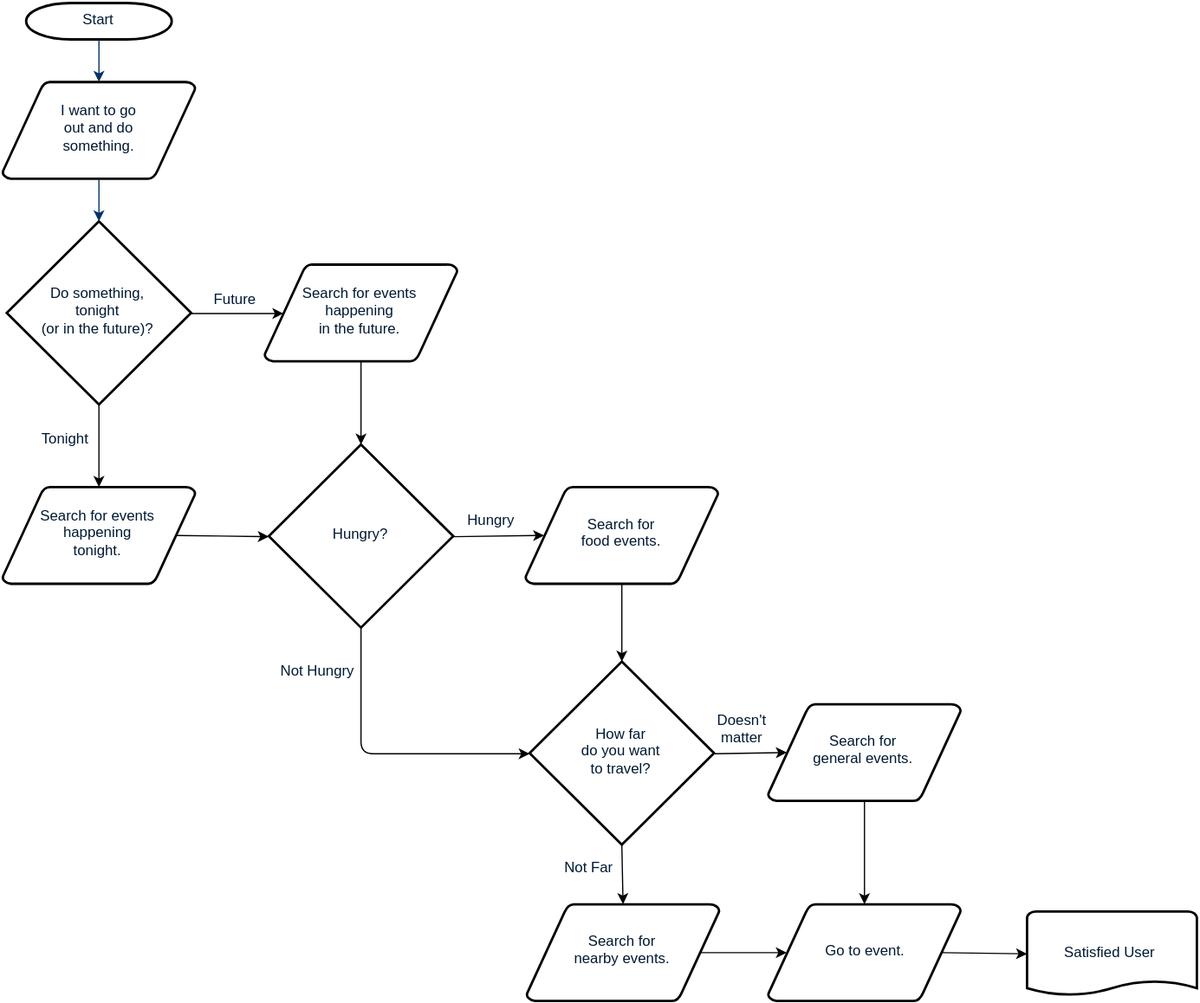
The draw.io diagram public_html/img/data-design-craigslist-events-use-case.svg in gwells4/data-design-craigslist-events, before a commit. Source tidied: cells renumbered, new cells last; positions are measured from the earlier drawing's top-left corner, leaving out a move shared by most shapes.
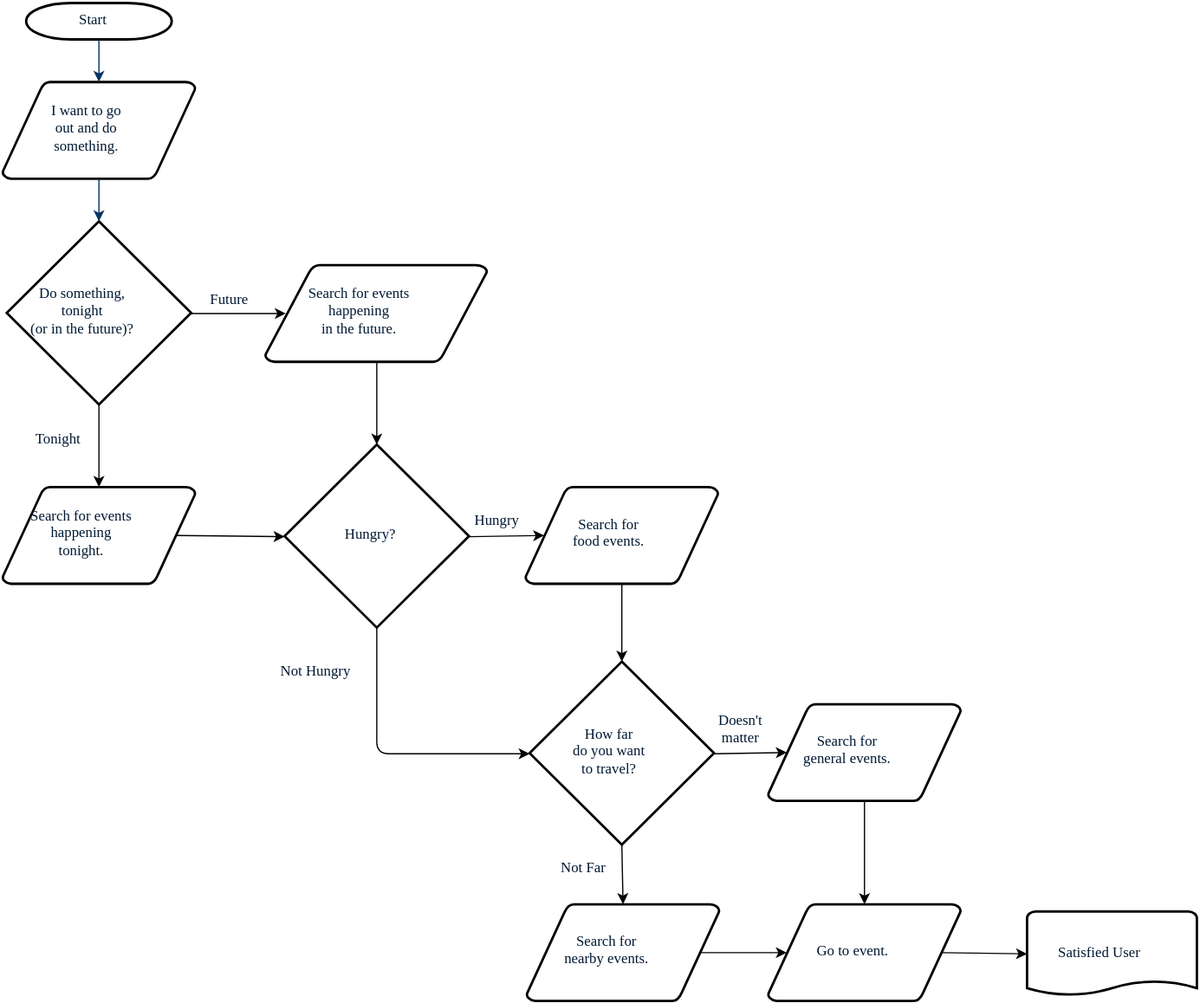
Later version of the same file.

Commit message:
Updated use case diagram.

The edit, as a diff of the source:
```diff
@@ -2,109 +2,109 @@
   <root>
     <mxCell id="0" style="html=1;" />
     <mxCell id="1" style="html=1;" parent="0" />
-    <mxCell id="2" value="Start" style="shape=mxgraph.flowchart.terminator;fillColor=#FFFFFF;strokeColor=#000000;strokeWidth=2;gradientColor=none;gradientDirection=north;fontColor=#001933;fontStyle=0;html=1;" parent="1" vertex="1">
+    <mxCell id="2" value="Start" style="shape=mxgraph.flowchart.terminator;fillColor=#FFFFFF;strokeColor=#000000;strokeWidth=2;gradientColor=none;gradientDirection=north;fontColor=#001933;fontStyle=0;html=1;fontFamily=Verdana;" parent="1" vertex="1">
       <mxGeometry x="19" width="120" height="30" as="geometry" />
     </mxCell>
-    <mxCell id="3" value="I want to go &lt;br&gt;out and do &lt;br&gt;something.&lt;br&gt;" style="shape=mxgraph.flowchart.data;fillColor=#FFFFFF;strokeColor=#000000;strokeWidth=2;gradientColor=none;gradientDirection=north;fontColor=#001933;fontStyle=0;html=1;" parent="1" vertex="1">
+    <mxCell id="3" value="I want to go &lt;br&gt;out and do &lt;br&gt;something.&lt;br&gt;" style="shape=mxgraph.flowchart.data;fillColor=#FFFFFF;strokeColor=#000000;strokeWidth=2;gradientColor=none;gradientDirection=north;fontColor=#001933;fontStyle=0;html=1;fontFamily=Verdana;" parent="1" vertex="1">
       <mxGeometry x="-0.5" y="65" width="159" height="80" as="geometry" />
     </mxCell>
-    <mxCell id="4" value="Search for events &lt;br&gt;happening &lt;br&gt;tonight.&lt;br&gt;" style="shape=mxgraph.flowchart.data;fillColor=#FFFFFF;strokeColor=#000000;strokeWidth=2;gradientColor=none;gradientDirection=north;fontColor=#001933;fontStyle=0;html=1;" parent="1" vertex="1">
+    <mxCell id="4" value="Search for events &lt;br&gt;happening &lt;br&gt;tonight.&lt;br&gt;" style="shape=mxgraph.flowchart.data;fillColor=#FFFFFF;strokeColor=#000000;strokeWidth=2;gradientColor=none;gradientDirection=north;fontColor=#001933;fontStyle=0;html=1;fontFamily=Verdana;" parent="1" vertex="1">
       <mxGeometry x="-0.5" y="399" width="159" height="80" as="geometry" />
     </mxCell>
-    <mxCell id="5" value="Do something, &lt;br&gt;tonight &lt;br&gt;(or in the future)?&lt;br&gt;" style="shape=mxgraph.flowchart.decision;fillColor=#FFFFFF;strokeColor=#000000;strokeWidth=2;gradientColor=none;gradientDirection=north;fontColor=#001933;fontStyle=0;html=1;" parent="1" vertex="1">
+    <mxCell id="5" value="Do something, &lt;br&gt;tonight &lt;br&gt;(or in the future)?&lt;br&gt;" style="shape=mxgraph.flowchart.decision;fillColor=#FFFFFF;strokeColor=#000000;strokeWidth=2;gradientColor=none;gradientDirection=north;fontColor=#001933;fontStyle=0;html=1;fontFamily=Verdana;" parent="1" vertex="1">
       <mxGeometry x="3" y="180" width="152" height="151" as="geometry" />
     </mxCell>
-    <mxCell id="6" style="fontColor=#001933;fontStyle=1;strokeColor=#003366;strokeWidth=1;entryX=0.5;entryY=0;entryPerimeter=0;exitX=0.5;exitY=1;exitPerimeter=0;html=1;" parent="1" edge="1" source="2" target="3">
+    <mxCell id="6" style="fontColor=#001933;fontStyle=1;strokeColor=#003366;strokeWidth=1;entryX=0.5;entryY=0;entryPerimeter=0;exitX=0.5;exitY=1;exitPerimeter=0;html=1;fontFamily=Verdana;" parent="1" edge="1" source="2" target="3">
       <mxGeometry relative="1" as="geometry" />
     </mxCell>
-    <mxCell id="7" style="fontColor=#001933;fontStyle=1;strokeColor=#003366;strokeWidth=1;entryX=0.5;entryY=0;entryPerimeter=0;exitX=0.5;exitY=1;exitPerimeter=0;html=1;" parent="1" edge="1" source="3" target="5">
+    <mxCell id="7" style="fontColor=#001933;fontStyle=1;strokeColor=#003366;strokeWidth=1;entryX=0.5;entryY=0;entryPerimeter=0;exitX=0.5;exitY=1;exitPerimeter=0;html=1;fontFamily=Verdana;" parent="1" edge="1" source="3" target="5">
       <mxGeometry relative="1" as="geometry" />
     </mxCell>
-    <mxCell id="8" value="Tonight" style="text;fontColor=#001933;fontStyle=0;strokeColor=none;gradientColor=none;fillColor=none;strokeWidth=2;html=1;" parent="1" vertex="1">
-      <mxGeometry x="30" y="348" width="40" height="26" as="geometry" />
+    <mxCell id="8" value="Tonight" style="text;fontColor=#001933;fontStyle=0;strokeColor=none;gradientColor=none;fillColor=none;strokeWidth=2;html=1;fontFamily=Verdana;" parent="1" vertex="1">
+      <mxGeometry x="25" y="348" width="40" height="26" as="geometry" />
     </mxCell>
-    <mxCell id="9" value="Future" style="text;fontColor=#001933;fontStyle=0;strokeColor=none;gradientColor=none;fillColor=none;strokeWidth=2;align=center;html=1;" parent="1" vertex="1">
+    <mxCell id="9" value="Future" style="text;fontColor=#001933;fontStyle=0;strokeColor=none;gradientColor=none;fillColor=none;strokeWidth=2;align=center;html=1;fontFamily=Verdana;" parent="1" vertex="1">
       <mxGeometry x="171" y="232.5" width="40" height="26" as="geometry" />
     </mxCell>
-    <mxCell id="10" value="Satisfied User&lt;br&gt;" style="shape=mxgraph.flowchart.document;fillColor=#FFFFFF;strokeColor=#000000;strokeWidth=2;gradientColor=none;gradientDirection=north;fontColor=#001933;fontStyle=0;html=1;" parent="1" vertex="1">
+    <mxCell id="10" value="Satisfied User&lt;br&gt;" style="shape=mxgraph.flowchart.document;fillColor=#FFFFFF;strokeColor=#000000;strokeWidth=2;gradientColor=none;gradientDirection=north;fontColor=#001933;fontStyle=0;html=1;fontFamily=Verdana;" parent="1" vertex="1">
       <mxGeometry x="844" y="749" width="140" height="70" as="geometry" />
     </mxCell>
-    <mxCell id="11" value="Search for events &lt;br&gt;happening &lt;br&gt;in the future.&lt;br&gt;" style="shape=mxgraph.flowchart.data;fillColor=#FFFFFF;strokeColor=#000000;strokeWidth=2;gradientColor=none;gradientDirection=north;fontColor=#001933;fontStyle=0;html=1;" parent="1" vertex="1">
-      <mxGeometry x="215.5" y="215.5" width="159" height="80" as="geometry" />
+    <mxCell id="11" value="Search for events &lt;br&gt;happening &lt;br&gt;in the future.&lt;br&gt;" style="shape=mxgraph.flowchart.data;fillColor=#FFFFFF;strokeColor=#000000;strokeWidth=2;gradientColor=none;gradientDirection=north;fontColor=#001933;fontStyle=0;html=1;fontFamily=Verdana;" parent="1" vertex="1">
+      <mxGeometry x="216" y="216" width="183" height="80" as="geometry" />
     </mxCell>
-    <mxCell id="12" style="endArrow=classic;entryX=0.095;entryY=0.5;entryPerimeter=0;exitX=1;exitY=0.5;exitPerimeter=0;html=1;" parent="1" edge="1" source="5" target="11">
+    <mxCell id="12" style="endArrow=classic;entryX=0.095;entryY=0.5;entryPerimeter=0;exitX=1;exitY=0.5;exitPerimeter=0;html=1;fontFamily=Verdana;" parent="1" edge="1" source="5" target="11">
       <mxGeometry relative="1" as="geometry" />
     </mxCell>
-    <mxCell id="13" value="Hungry?" style="shape=mxgraph.flowchart.decision;fillColor=#FFFFFF;strokeColor=#000000;strokeWidth=2;gradientColor=none;gradientDirection=north;fontColor=#001933;fontStyle=0;html=1;" parent="1" vertex="1">
-      <mxGeometry x="219" y="364" width="152" height="151" as="geometry" />
+    <mxCell id="13" value="Hungry?" style="shape=mxgraph.flowchart.decision;fillColor=#FFFFFF;strokeColor=#000000;strokeWidth=2;gradientColor=none;gradientDirection=north;fontColor=#001933;fontStyle=0;html=1;fontFamily=Verdana;" parent="1" vertex="1">
+      <mxGeometry x="232" y="364" width="152" height="151" as="geometry" />
     </mxCell>
-    <mxCell id="14" style="endArrow=classic;entryX=0;entryY=0.5;entryPerimeter=0;exitX=0.905;exitY=0.5;exitPerimeter=0;html=1;" parent="1" edge="1" source="4" target="13">
+    <mxCell id="14" style="endArrow=classic;entryX=0;entryY=0.5;entryPerimeter=0;exitX=0.905;exitY=0.5;exitPerimeter=0;html=1;fontFamily=Verdana;" parent="1" edge="1" source="4" target="13">
       <mxGeometry relative="1" as="geometry" />
     </mxCell>
-    <mxCell id="15" value="Not Hungry&lt;br&gt;" style="text;fontColor=#001933;fontStyle=0;strokeColor=none;gradientColor=none;fillColor=none;strokeWidth=2;html=1;" parent="1" vertex="1">
+    <mxCell id="15" value="Not Hungry&lt;br&gt;" style="text;fontColor=#001933;fontStyle=0;strokeColor=none;gradientColor=none;fillColor=none;strokeWidth=2;html=1;fontFamily=Verdana;" parent="1" vertex="1">
       <mxGeometry x="227" y="539" width="72" height="26" as="geometry" />
     </mxCell>
-    <mxCell id="16" value="Hungry" style="text;fontColor=#001933;fontStyle=0;strokeColor=none;gradientColor=none;fillColor=none;strokeWidth=2;align=center;html=1;" parent="1" vertex="1">
-      <mxGeometry x="382" y="415" width="40" height="26" as="geometry" />
+    <mxCell id="16" value="Hungry" style="text;fontColor=#001933;fontStyle=0;strokeColor=none;gradientColor=none;fillColor=none;strokeWidth=2;align=center;html=1;fontFamily=Verdana;" parent="1" vertex="1">
+      <mxGeometry x="391" y="415" width="40" height="26" as="geometry" />
     </mxCell>
-    <mxCell id="17" value="Search for &lt;br&gt;food events.&lt;br&gt;" style="shape=mxgraph.flowchart.data;fillColor=#FFFFFF;strokeColor=#000000;strokeWidth=2;gradientColor=none;gradientDirection=north;fontColor=#001933;fontStyle=0;html=1;" parent="1" vertex="1">
+    <mxCell id="17" value="Search for &lt;br&gt;food events.&lt;br&gt;" style="shape=mxgraph.flowchart.data;fillColor=#FFFFFF;strokeColor=#000000;strokeWidth=2;gradientColor=none;gradientDirection=north;fontColor=#001933;fontStyle=0;html=1;fontFamily=Verdana;" parent="1" vertex="1">
       <mxGeometry x="430.5" y="399" width="159" height="80" as="geometry" />
     </mxCell>
-    <mxCell id="18" style="endArrow=classic;exitX=1;exitY=0.5;exitPerimeter=0;entryX=0.095;entryY=0.5;entryPerimeter=0;html=1;" parent="1" edge="1" source="13" target="17">
+    <mxCell id="18" style="endArrow=classic;exitX=1;exitY=0.5;exitPerimeter=0;entryX=0.095;entryY=0.5;entryPerimeter=0;html=1;fontFamily=Verdana;" parent="1" edge="1" source="13" target="17">
       <mxGeometry relative="1" as="geometry" />
     </mxCell>
-    <mxCell id="19" value="How far &lt;br&gt;do you want &lt;br&gt;to travel?&lt;br&gt;" style="shape=mxgraph.flowchart.decision;fillColor=#FFFFFF;strokeColor=#000000;strokeWidth=2;gradientColor=none;gradientDirection=north;fontColor=#001933;fontStyle=0;html=1;" parent="1" vertex="1">
+    <mxCell id="19" value="How far &lt;br&gt;do you want &lt;br&gt;to travel?&lt;br&gt;" style="shape=mxgraph.flowchart.decision;fillColor=#FFFFFF;strokeColor=#000000;strokeWidth=2;gradientColor=none;gradientDirection=north;fontColor=#001933;fontStyle=0;html=1;fontFamily=Verdana;" parent="1" vertex="1">
       <mxGeometry x="434" y="543" width="152" height="151" as="geometry" />
     </mxCell>
-    <mxCell id="20" style="endArrow=classic;entryX=0.5;entryY=0;entryPerimeter=0;exitX=0.5;exitY=1;exitPerimeter=0;html=1;" parent="1" edge="1" source="17" target="19">
+    <mxCell id="20" style="endArrow=classic;entryX=0.5;entryY=0;entryPerimeter=0;exitX=0.5;exitY=1;exitPerimeter=0;html=1;fontFamily=Verdana;" parent="1" edge="1" source="17" target="19">
       <mxGeometry relative="1" as="geometry" />
     </mxCell>
-    <mxCell id="21" style="endArrow=classic;entryX=0.5;entryY=0;entryPerimeter=0;exitX=0.5;exitY=1;exitPerimeter=0;html=1;" parent="1" edge="1" source="11" target="13">
+    <mxCell id="21" style="endArrow=classic;entryX=0.5;entryY=0;entryPerimeter=0;exitX=0.5;exitY=1;exitPerimeter=0;html=1;fontFamily=Verdana;" parent="1" edge="1" source="11" target="13">
       <mxGeometry relative="1" as="geometry" />
     </mxCell>
-    <mxCell id="22" style="endArrow=classic;entryX=0.5;entryY=0;entryPerimeter=0;exitX=0.5;exitY=1;exitPerimeter=0;html=1;" parent="1" edge="1" source="5" target="4">
+    <mxCell id="22" style="endArrow=classic;entryX=0.5;entryY=0;entryPerimeter=0;exitX=0.5;exitY=1;exitPerimeter=0;html=1;fontFamily=Verdana;" parent="1" edge="1" source="5" target="4">
       <mxGeometry relative="1" as="geometry" />
     </mxCell>
-    <mxCell id="23" style="edgeStyle=orthogonalEdgeStyle;rounded=0;exitX=0.5;exitY=0;entryX=0.5;entryY=0;jettySize=auto;orthogonalLoop=1;html=1;" parent="1" edge="1" source="8" target="8">
+    <mxCell id="23" style="edgeStyle=orthogonalEdgeStyle;rounded=0;exitX=0.5;exitY=0;entryX=0.5;entryY=0;jettySize=auto;orthogonalLoop=1;html=1;fontFamily=Verdana;" parent="1" edge="1" source="8" target="8">
       <mxGeometry relative="1" as="geometry" />
     </mxCell>
-    <mxCell id="24" value="Search for &lt;br&gt;nearby events.&lt;br&gt;" style="shape=mxgraph.flowchart.data;fillColor=#FFFFFF;strokeColor=#000000;strokeWidth=2;gradientColor=none;gradientDirection=north;fontColor=#001933;fontStyle=0;html=1;" parent="1" vertex="1">
+    <mxCell id="24" value="Search for &lt;br&gt;nearby events.&lt;br&gt;" style="shape=mxgraph.flowchart.data;fillColor=#FFFFFF;strokeColor=#000000;strokeWidth=2;gradientColor=none;gradientDirection=north;fontColor=#001933;fontStyle=0;html=1;fontFamily=Verdana;" parent="1" vertex="1">
       <mxGeometry x="431.5" y="743" width="159" height="80" as="geometry" />
     </mxCell>
-    <mxCell id="25" value="Not Far&lt;br&gt;" style="text;fontColor=#001933;fontStyle=0;strokeColor=none;gradientColor=none;fillColor=none;strokeWidth=2;html=1;" parent="1" vertex="1">
-      <mxGeometry x="461" y="701" width="49" height="26" as="geometry" />
+    <mxCell id="25" value="Not Far&lt;br&gt;" style="text;fontColor=#001933;fontStyle=0;strokeColor=none;gradientColor=none;fillColor=none;strokeWidth=2;html=1;fontFamily=Verdana;" parent="1" vertex="1">
+      <mxGeometry x="458" y="701" width="49" height="26" as="geometry" />
     </mxCell>
-    <mxCell id="26" value="Doesn't&lt;br&gt;matter&lt;br&gt;" style="text;fontColor=#001933;fontStyle=0;strokeColor=none;gradientColor=none;fillColor=none;strokeWidth=2;align=center;html=1;" parent="1" vertex="1">
-      <mxGeometry x="590" y="580" width="40" height="26" as="geometry" />
+    <mxCell id="26" value="Doesn't&lt;br&gt;matter&lt;br&gt;" style="text;fontColor=#001933;fontStyle=0;strokeColor=none;gradientColor=none;fillColor=none;strokeWidth=2;align=center;html=1;fontFamily=Verdana;" parent="1" vertex="1">
+      <mxGeometry x="594" y="580" width="40" height="26" as="geometry" />
     </mxCell>
-    <mxCell id="27" value="Search for &lt;br&gt;general events.&lt;br&gt;" style="shape=mxgraph.flowchart.data;fillColor=#FFFFFF;strokeColor=#000000;strokeWidth=2;gradientColor=none;gradientDirection=north;fontColor=#001933;fontStyle=0;html=1;" parent="1" vertex="1">
+    <mxCell id="27" value="Search for &lt;br&gt;general events.&lt;br&gt;" style="shape=mxgraph.flowchart.data;fillColor=#FFFFFF;strokeColor=#000000;strokeWidth=2;gradientColor=none;gradientDirection=north;fontColor=#001933;fontStyle=0;html=1;fontFamily=Verdana;" parent="1" vertex="1">
       <mxGeometry x="630.5" y="578" width="159" height="80" as="geometry" />
     </mxCell>
-    <mxCell id="28" style="endArrow=classic;exitX=1;exitY=0.5;exitPerimeter=0;entryX=0.095;entryY=0.5;entryPerimeter=0;html=1;" parent="1" edge="1" source="19" target="27">
+    <mxCell id="28" style="endArrow=classic;exitX=1;exitY=0.5;exitPerimeter=0;entryX=0.095;entryY=0.5;entryPerimeter=0;html=1;fontFamily=Verdana;" parent="1" edge="1" source="19" target="27">
       <mxGeometry relative="1" as="geometry" />
     </mxCell>
-    <mxCell id="29" style="endArrow=classic;exitX=0.905;exitY=0.5;exitPerimeter=0;entryX=0.095;entryY=0.5;entryPerimeter=0;html=1;" parent="1" edge="1" source="24" target="32">
+    <mxCell id="29" style="endArrow=classic;exitX=0.905;exitY=0.5;exitPerimeter=0;entryX=0.095;entryY=0.5;entryPerimeter=0;html=1;fontFamily=Verdana;" parent="1" edge="1" source="24" target="32">
       <mxGeometry relative="1" as="geometry" />
     </mxCell>
-    <mxCell id="30" style="endArrow=classic;entryX=0.5;entryY=0;entryPerimeter=0;exitX=0.5;exitY=1;exitPerimeter=0;html=1;" parent="1" edge="1" source="19" target="24">
+    <mxCell id="30" style="endArrow=classic;entryX=0.5;entryY=0;entryPerimeter=0;exitX=0.5;exitY=1;exitPerimeter=0;html=1;fontFamily=Verdana;" parent="1" edge="1" source="19" target="24">
       <mxGeometry relative="1" as="geometry" />
     </mxCell>
-    <mxCell id="31" style="endArrow=classic;entryX=0.5;entryY=0;entryPerimeter=0;exitX=0.5;exitY=1;exitPerimeter=0;html=1;" parent="1" edge="1" source="27" target="32">
+    <mxCell id="31" style="endArrow=classic;entryX=0.5;entryY=0;entryPerimeter=0;exitX=0.5;exitY=1;exitPerimeter=0;html=1;fontFamily=Verdana;" parent="1" edge="1" source="27" target="32">
       <mxGeometry relative="1" as="geometry" />
     </mxCell>
-    <mxCell id="32" value="Go to event.&lt;br&gt;" style="shape=mxgraph.flowchart.data;fillColor=#FFFFFF;strokeColor=#000000;strokeWidth=2;gradientColor=none;gradientDirection=north;fontColor=#001933;fontStyle=0;html=1;" parent="1" vertex="1">
+    <mxCell id="32" value="Go to event.&lt;br&gt;" style="shape=mxgraph.flowchart.data;fillColor=#FFFFFF;strokeColor=#000000;strokeWidth=2;gradientColor=none;gradientDirection=north;fontColor=#001933;fontStyle=0;html=1;fontFamily=Verdana;" parent="1" vertex="1">
       <mxGeometry x="630.5" y="743" width="159" height="80" as="geometry" />
     </mxCell>
-    <mxCell id="33" style="endArrow=classic;entryX=0;entryY=0.5;entryPerimeter=0;exitX=0.905;exitY=0.5;exitPerimeter=0;html=1;" parent="1" edge="1" source="32" target="10">
+    <mxCell id="33" style="endArrow=classic;entryX=0;entryY=0.5;entryPerimeter=0;exitX=0.905;exitY=0.5;exitPerimeter=0;html=1;fontFamily=Verdana;" parent="1" edge="1" source="32" target="10">
       <mxGeometry relative="1" as="geometry" />
     </mxCell>
-    <mxCell id="34" style="edgeStyle=orthogonalEdgeStyle;rounded=0;html=1;exitX=0.5;exitY=0;entryX=0.5;entryY=0;jettySize=auto;orthogonalLoop=1;" parent="1" edge="1" source="25" target="25">
+    <mxCell id="34" style="edgeStyle=orthogonalEdgeStyle;rounded=0;html=1;exitX=0.5;exitY=0;entryX=0.5;entryY=0;jettySize=auto;orthogonalLoop=1;fontFamily=Verdana;" parent="1" edge="1" source="25" target="25">
       <mxGeometry relative="1" as="geometry" />
     </mxCell>
-    <mxCell id="35" style="edgeStyle=segmentEdgeStyle;endArrow=classic;html=1;entryX=0;entryY=0.5;entryPerimeter=0;exitX=0.5;exitY=1;exitPerimeter=0;" parent="1" edge="1" source="13" target="19">
+    <mxCell id="35" style="edgeStyle=segmentEdgeStyle;endArrow=classic;html=1;entryX=0;entryY=0.5;entryPerimeter=0;exitX=0.5;exitY=1;exitPerimeter=0;fontFamily=Verdana;" parent="1" edge="1" source="13" target="19">
       <mxGeometry relative="1" as="geometry">
         <Array as="points">
-          <mxPoint x="295" y="619" />
+          <mxPoint x="308" y="619" />
         </Array>
       </mxGeometry>
     </mxCell>
```
